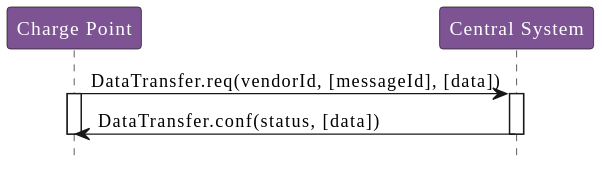
Before: OCPP_1.6/images/figure_14.svg, a diagram exported from PlantUML (phoi5675/ocpp-markdown).
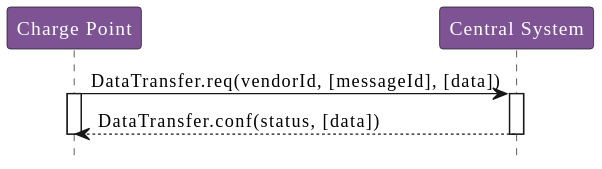
Above is the later version.

Change to the diagram source:
```diff
@@ -8,7 +8,7 @@
 activate ChargePoint
 activate CentralSystem
 
-CentralSystem -> ChargePoint : DataTransfer.conf(status, [data])
+CentralSystem --> ChargePoint : DataTransfer.conf(status, [data])
 
 deactivate CentralSystem
 deactivate ChargePoint
```
